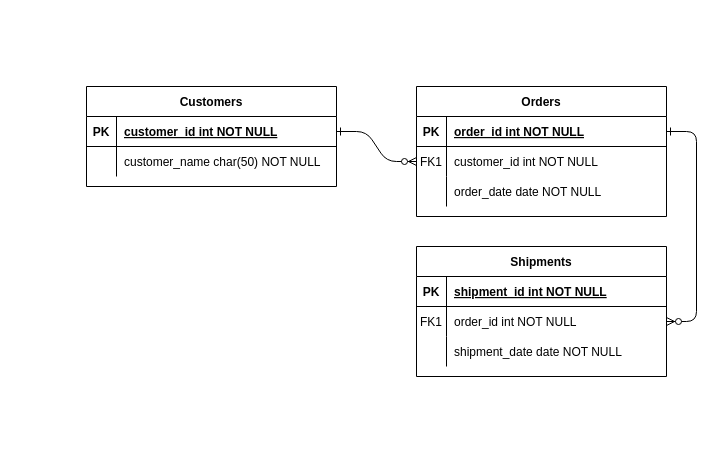
This is Untitled Diagram.drawio from drewcolbert/good-projects, a draw.io file, before an edit. Source tidied: cells renumbered, new cells numbered last; positions are measured from the earlier drawing's top-left corner, leaving out a move shared by most shapes. Both pictures are drawn from the tidied source at 100%, with x=0, y=0 at pixel (86, 86).
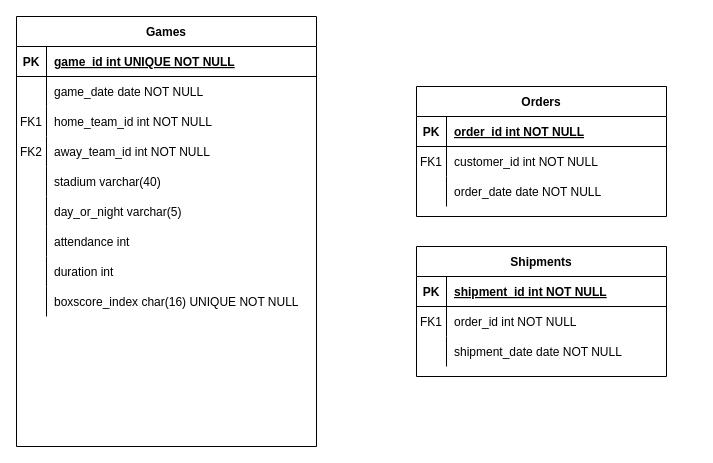
The same diagram, later.

The change refers to these unchanged cells:
```xml
<mxCell id="5" style="shape=partialRectangle;fillColor=none;points=[[0,0.5],[1,0.5]];portConstraint=eastwest;top=0;left=0;right=0;bottom=1;" parent="4" vertex="1">
  <mxGeometry y="30" width="250" height="30" as="geometry" />
</mxCell>
<mxCell id="8" style="shape=partialRectangle;fillColor=none;points=[[0,0.5],[1,0.5]];portConstraint=eastwest;top=0;left=0;right=0;bottom=0;" parent="4" vertex="1">
  <mxGeometry y="60" width="250" height="30" as="geometry" />
</mxCell>
<mxCell id="18" style="shape=partialRectangle;fillColor=none;points=[[0,0.5],[1,0.5]];portConstraint=eastwest;top=0;left=0;right=0;bottom=0;" parent="14" vertex="1">
  <mxGeometry y="60" width="250" height="30" as="geometry" />
</mxCell>
```

What changed in the source:
```diff
@@
-    <mxCell id="2" style="edgeStyle=entityRelationEdgeStyle;endArrow=ERzeroToMany;startArrow=ERone;endFill=1;startFill=0;" parent="1" edge="1" source="25" target="8">
-      <mxGeometry relative="1" as="geometry" />
-    </mxCell>
-    <mxCell id="3" style="edgeStyle=entityRelationEdgeStyle;endArrow=ERzeroToMany;startArrow=ERone;endFill=1;startFill=0;" parent="1" edge="1" source="5" target="18">
-      <mxGeometry relative="1" as="geometry" />
-    </mxCell>
@@
-    <mxCell id="24" value="Customers" style="shape=table;startSize=30;childLayout=tableLayout;rowLines=0;fontStyle=1;align=center;" parent="1" vertex="1">
-      <mxGeometry width="250" height="100" as="geometry" />
+    <mxCell id="24" value="Games" style="shape=table;startSize=30;childLayout=tableLayout;rowLines=0;fontStyle=1;align=center;" parent="1" vertex="1">
+      <mxGeometry x="-70" y="-70" width="300" height="430" as="geometry" />
     </mxCell>
     <mxCell id="25" style="shape=partialRectangle;fillColor=none;points=[[0,0.5],[1,0.5]];portConstraint=eastwest;top=0;left=0;right=0;bottom=1;" parent="24" vertex="1">
-      <mxGeometry y="30" width="250" height="30" as="geometry" />
+      <mxGeometry y="30" width="300" height="30" as="geometry" />
     </mxCell>
@@
-    <mxCell id="27" value="customer_id int NOT NULL " style="shape=partialRectangle;overflow=hidden;fillColor=none;top=0;left=0;bottom=0;right=0;align=left;spacingLeft=6;fontStyle=5;" parent="25" vertex="1">
-      <mxGeometry x="30" width="220" height="30" as="geometry" />
+    <mxCell id="27" value="game_id int UNIQUE NOT NULL" style="shape=partialRectangle;overflow=hidden;fillColor=none;top=0;left=0;bottom=0;right=0;align=left;spacingLeft=6;fontStyle=5;" parent="25" vertex="1">
+      <mxGeometry x="30" width="270" height="30" as="geometry" />
     </mxCell>
     <mxCell id="28" style="shape=partialRectangle;fillColor=none;top=0;left=0;right=0;bottom=0;" parent="24" vertex="1">
-      <mxGeometry y="60" width="250" height="30" as="geometry" />
+      <mxGeometry y="60" width="300" height="30" as="geometry" />
     </mxCell>
@@
-    <mxCell id="30" value="customer_name char(50) NOT NULL" style="shape=partialRectangle;overflow=hidden;fillColor=none;top=0;left=0;bottom=0;right=0;align=left;spacingLeft=6;" parent="28" vertex="1">
-      <mxGeometry x="30" width="220" height="30" as="geometry" />
+    <mxCell id="30" value="game_date date NOT NULL" style="shape=partialRectangle;overflow=hidden;fillColor=none;top=0;left=0;bottom=0;right=0;align=left;spacingLeft=6;" parent="28" vertex="1">
+      <mxGeometry x="30" width="270" height="30" as="geometry" />
     </mxCell>
+    <mxCell id="31" style="shape=partialRectangle;fillColor=none;top=0;left=0;right=0;bottom=0;" parent="24" vertex="1">
+      <mxGeometry y="90" width="300" height="30" as="geometry" />
+    </mxCell>
+    <mxCell id="32" value="FK1" style="shape=partialRectangle;overflow=hidden;fillColor=none;top=0;left=0;bottom=0;right=0;" parent="31" vertex="1">
+      <mxGeometry width="30" height="30" as="geometry" />
+    </mxCell>
+    <mxCell id="33" value="home_team_id int NOT NULL" style="shape=partialRectangle;overflow=hidden;fillColor=none;top=0;left=0;bottom=0;right=0;align=left;spacingLeft=6;" parent="31" vertex="1">
+      <mxGeometry x="30" width="270" height="30" as="geometry" />
+    </mxCell>
+    <mxCell id="34" style="shape=partialRectangle;fillColor=none;top=0;left=0;right=0;bottom=0;" parent="24" vertex="1">
+      <mxGeometry y="120" width="300" height="30" as="geometry" />
+    </mxCell>
+    <mxCell id="35" value="FK2" style="shape=partialRectangle;overflow=hidden;fillColor=none;top=0;left=0;bottom=0;right=0;" parent="34" vertex="1">
+      <mxGeometry width="30" height="30" as="geometry" />
+    </mxCell>
+    <mxCell id="36" value="away_team_id int NOT NULL" style="shape=partialRectangle;overflow=hidden;fillColor=none;top=0;left=0;bottom=0;right=0;align=left;spacingLeft=6;" parent="34" vertex="1">
+      <mxGeometry x="30" width="270" height="30" as="geometry" />
+    </mxCell>
+    <mxCell id="37" style="shape=partialRectangle;fillColor=none;top=0;left=0;right=0;bottom=0;" parent="24" vertex="1">
+      <mxGeometry y="150" width="300" height="30" as="geometry" />
+    </mxCell>
+    <mxCell id="38" style="shape=partialRectangle;overflow=hidden;fillColor=none;top=0;left=0;bottom=0;right=0;" parent="37" vertex="1">
+      <mxGeometry width="30" height="30" as="geometry" />
+    </mxCell>
+    <mxCell id="39" value="stadium varchar(40)" style="shape=partialRectangle;overflow=hidden;fillColor=none;top=0;left=0;bottom=0;right=0;align=left;spacingLeft=6;" parent="37" vertex="1">
+      <mxGeometry x="30" width="270" height="30" as="geometry" />
+    </mxCell>
+    <mxCell id="40" style="shape=partialRectangle;fillColor=none;top=0;left=0;right=0;bottom=0;" parent="24" vertex="1">
+      <mxGeometry y="180" width="300" height="30" as="geometry" />
+    </mxCell>
+    <mxCell id="41" style="shape=partialRectangle;overflow=hidden;fillColor=none;top=0;left=0;bottom=0;right=0;" parent="40" vertex="1">
+      <mxGeometry width="30" height="30" as="geometry" />
+    </mxCell>
+    <mxCell id="42" value="day_or_night varchar(5)" style="shape=partialRectangle;overflow=hidden;fillColor=none;top=0;left=0;bottom=0;right=0;align=left;spacingLeft=6;" parent="40" vertex="1">
+      <mxGeometry x="30" width="270" height="30" as="geometry" />
+    </mxCell>
+    <mxCell id="43" style="shape=partialRectangle;fillColor=none;top=0;left=0;right=0;bottom=0;" parent="24" vertex="1">
+      <mxGeometry y="210" width="300" height="30" as="geometry" />
+    </mxCell>
+    <mxCell id="44" style="shape=partialRectangle;overflow=hidden;fillColor=none;top=0;left=0;bottom=0;right=0;" parent="43" vertex="1">
+      <mxGeometry width="30" height="30" as="geometry" />
+    </mxCell>
+    <mxCell id="45" value="attendance int" style="shape=partialRectangle;overflow=hidden;fillColor=none;top=0;left=0;bottom=0;right=0;align=left;spacingLeft=6;" parent="43" vertex="1">
+      <mxGeometry x="30" width="270" height="30" as="geometry" />
+    </mxCell>
+    <mxCell id="46" style="shape=partialRectangle;fillColor=none;top=0;left=0;right=0;bottom=0;" parent="24" vertex="1">
+      <mxGeometry y="240" width="300" height="30" as="geometry" />
+    </mxCell>
+    <mxCell id="47" style="shape=partialRectangle;overflow=hidden;fillColor=none;top=0;left=0;bottom=0;right=0;" parent="46" vertex="1">
+      <mxGeometry width="30" height="30" as="geometry" />
+    </mxCell>
+    <mxCell id="48" value="duration int" style="shape=partialRectangle;overflow=hidden;fillColor=none;top=0;left=0;bottom=0;right=0;align=left;spacingLeft=6;" parent="46" vertex="1">
+      <mxGeometry x="30" width="270" height="30" as="geometry" />
+    </mxCell>
+    <mxCell id="49" style="shape=partialRectangle;fillColor=none;top=0;left=0;right=0;bottom=0;" parent="24" vertex="1">
+      <mxGeometry y="270" width="300" height="30" as="geometry" />
+    </mxCell>
+    <mxCell id="50" style="shape=partialRectangle;overflow=hidden;fillColor=none;top=0;left=0;bottom=0;right=0;" parent="49" vertex="1">
+      <mxGeometry width="30" height="30" as="geometry" />
+    </mxCell>
+    <mxCell id="51" value="boxscore_index char(16) UNIQUE NOT NULL" style="shape=partialRectangle;overflow=hidden;fillColor=none;top=0;left=0;bottom=0;right=0;align=left;spacingLeft=6;" parent="49" vertex="1">
+      <mxGeometry x="30" width="270" height="30" as="geometry" />
+    </mxCell>
```
